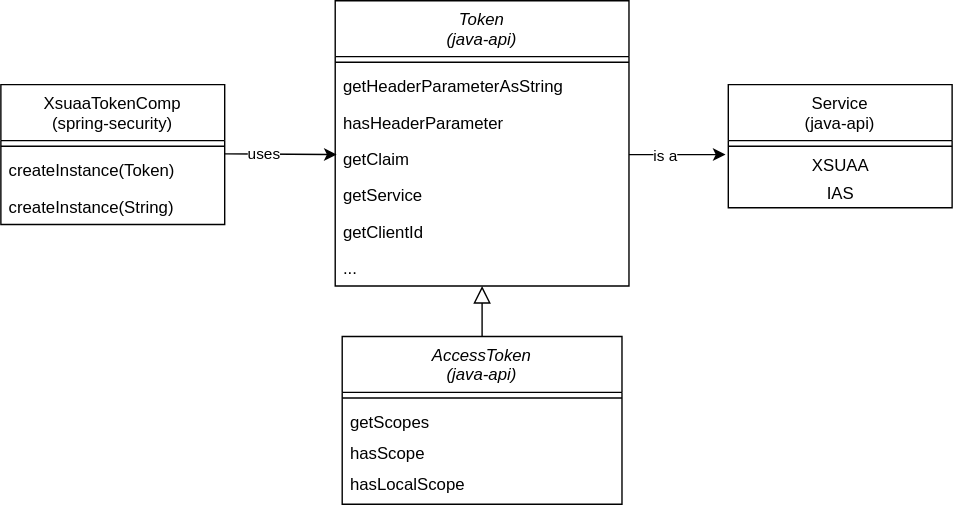
This is spring-security/images/TokenInterfaces.drawio.svg from SAP/cloud-security-services-integration-library, a draw.io export, as it was before one commit. Source tidied: cells renumbered, new cells last; positions are measured from the earlier drawing's top-left corner, leaving out a move shared by most shapes.
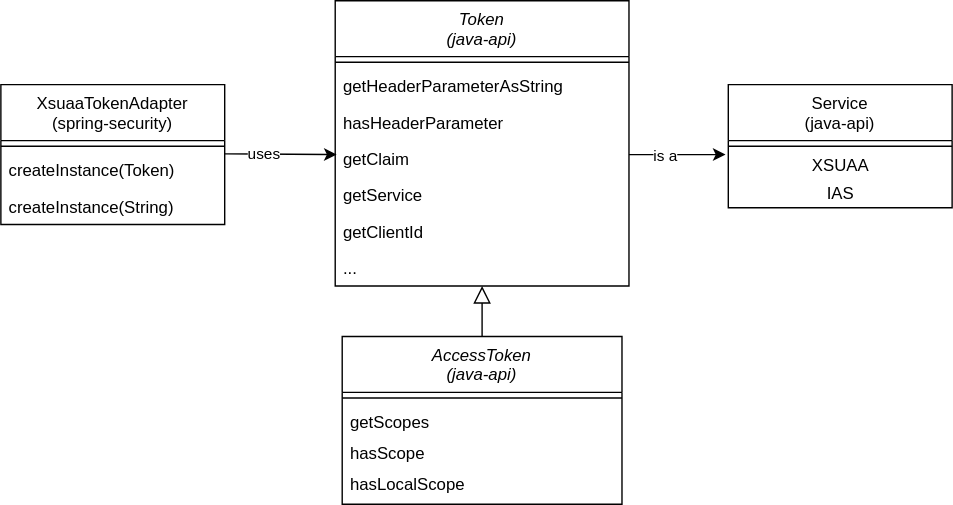
The same diagram one commit later.

Commit message:
rename XsuaaTokenComp to XsuaaTokenAdapter

Diff of the diagram source:
```diff
@@ -29,7 +29,7 @@
     <mxCell id="10" style="endArrow=block;endSize=10;endFill=0;shadow=0;strokeWidth=1;rounded=0;edgeStyle=elbowEdgeStyle;elbow=vertical;exitX=0.5;exitY=0;exitDx=0;exitDy=0;" parent="1" edge="1" source="19" target="2">
       <mxGeometry relative="1" as="geometry" />
     </mxCell>
-    <mxCell id="11" value="XsuaaTokenComp&#10;(spring-security)" style="swimlane;fontStyle=0;align=center;verticalAlign=top;horizontal=1;startSize=40;rounded=0;shadow=0;strokeWidth=1;" parent="1" vertex="1">
+    <mxCell id="11" value="XsuaaTokenAdapter&#10;(spring-security)" style="swimlane;fontStyle=0;align=center;verticalAlign=top;horizontal=1;startSize=40;rounded=0;shadow=0;strokeWidth=1;" parent="1" vertex="1">
       <mxGeometry y="60" width="160" height="100" as="geometry" />
     </mxCell>
     <mxCell id="12" style="line;html=1;strokeWidth=1;align=left;verticalAlign=middle;spacingTop=-1;spacingLeft=3;spacingRight=3;labelPosition=right;" parent="11" vertex="1">
```
